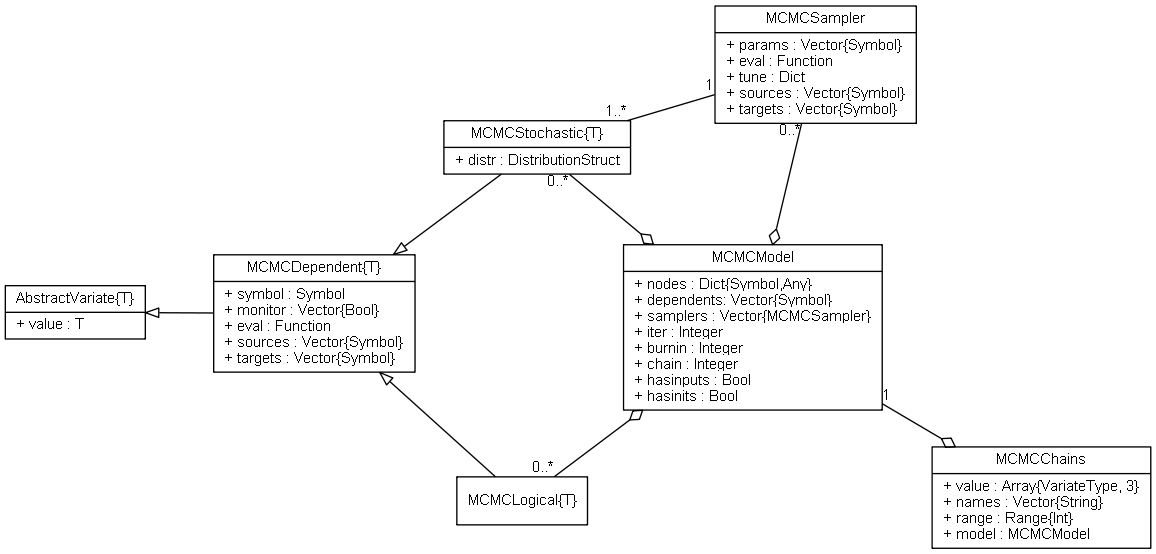
Before: doc/images/mcmcUML.png, a diagram exported from Graphviz (brian-j-smith/Mamba.jl). Its source is kept beside it as doc/images/mcmcUML.dot.
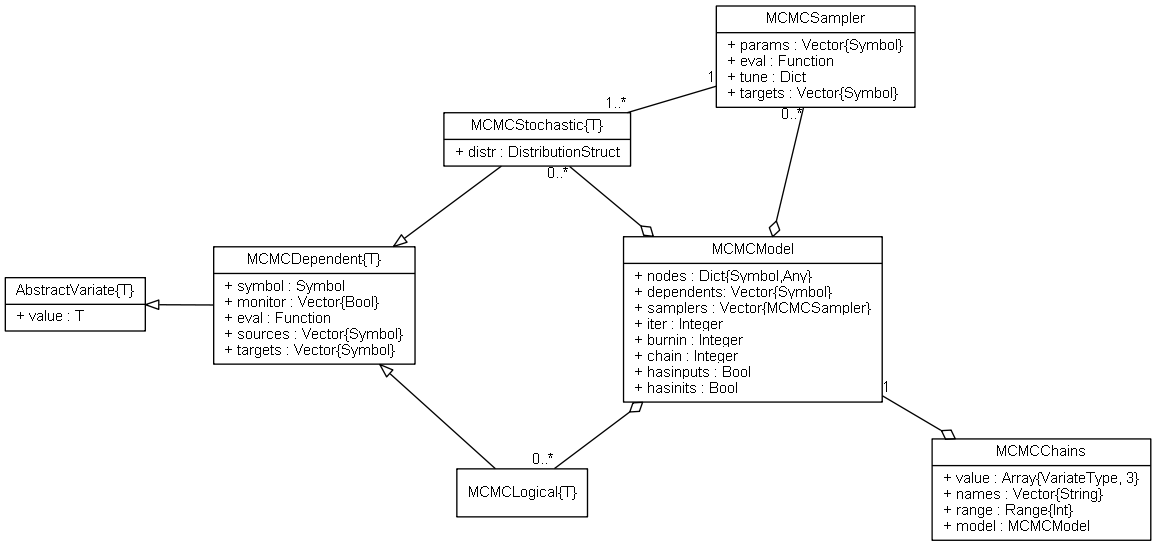
Above is the later version.

Commit message:
Removed MCMCSampler sources field, and fixed transform logic in logpdf methods.

What changed in the source:
```diff
@@ -16,7 +16,7 @@
 
 	MCMCStochastic [label = "{MCMCStochastic\{T\}|+ distr : DistributionStruct\l}"]
 
-	MCMCSampler [label = "{MCMCSampler|+ params : Vector\{Symbol\}\l+ eval : Function\l+ tune : Dict\l+ sources : Vector\{Symbol\}\l+ targets : Vector\{Symbol\}\l}"]
+	MCMCSampler [label = "{MCMCSampler|+ params : Vector\{Symbol\}\l+ eval : Function\l+ tune : Dict\l+ targets : Vector\{Symbol\}\l}"]
 
 	MCMCModel [label = "{MCMCModel|+ nodes : Dict\{Symbol,Any\}\l+ dependents: Vector\{Symbol\}\l+ samplers : Vector\{MCMCSampler\}\l+ iter : Integer\l+ burnin : Integer\l+ chain : Integer\l+ hasinputs : Bool\l+ hasinits : Bool\l}"]
 
```
